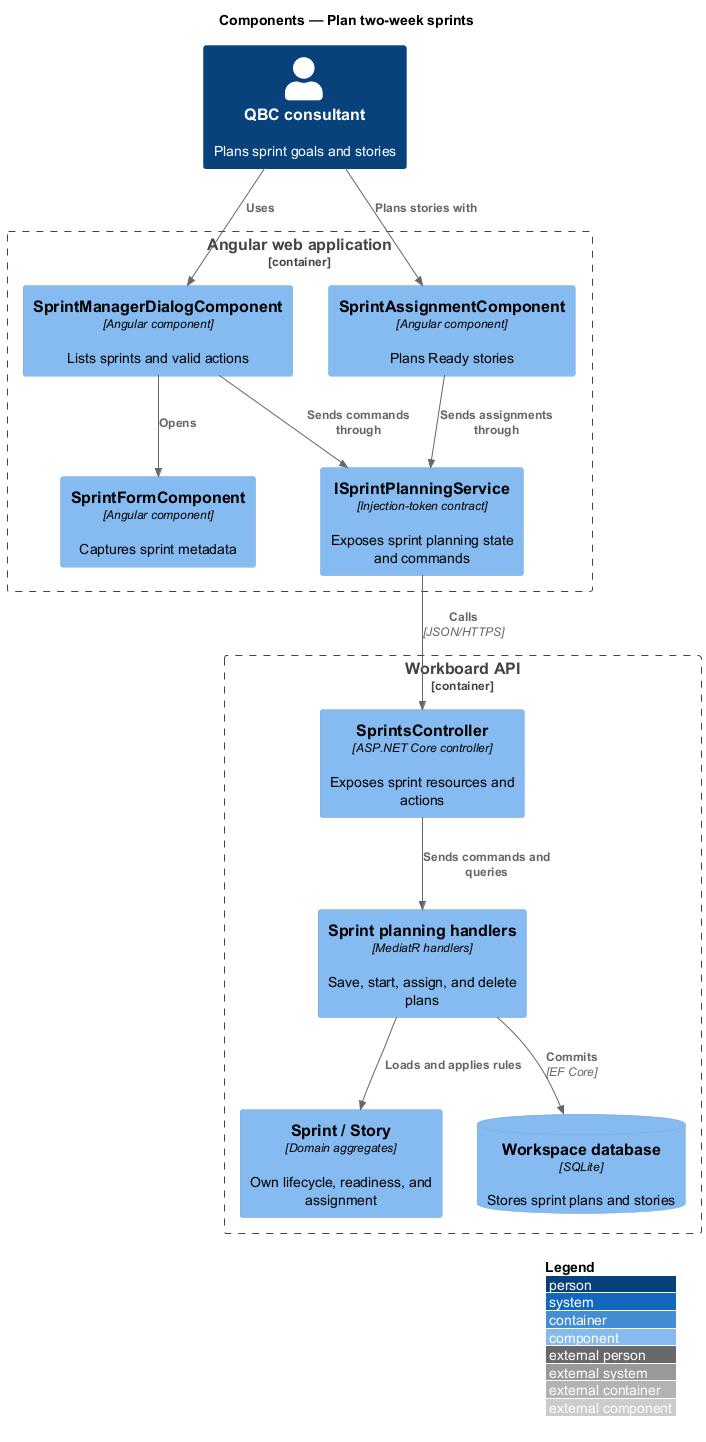
Above: docs/detailed-designs/planning/plan-two-week-sprints/diagrams/c4-component.png in QuinntyneBrown/quinntyne-brown-consulting (PlantUML), before the change.
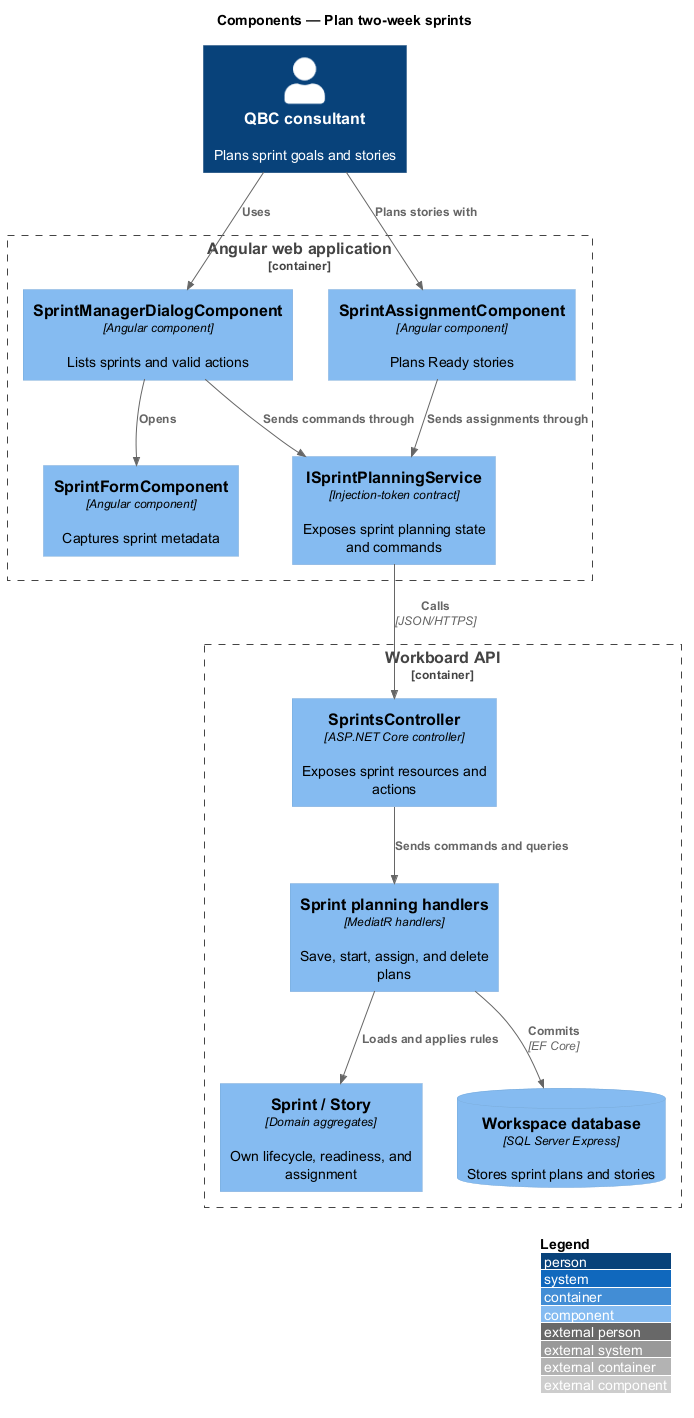
After the change.

The edit, as a diff of the source:
```diff
@@ -14,7 +14,7 @@
   Component(controller, "SprintsController", "ASP.NET Core controller", "Exposes sprint resources and actions")
   Component(handlers, "Sprint planning handlers", "MediatR handlers", "Save, start, assign, and delete plans")
   Component(aggregates, "Sprint / Story", "Domain aggregates", "Own lifecycle, readiness, and assignment")
-  ComponentDb(db, "Workspace database", "SQLite", "Stores sprint plans and stories")
+  ComponentDb(db, "Workspace database", "SQL Server Express", "Stores sprint plans and stories")
 }
 
 Rel(consultant, manager, "Uses")
```
